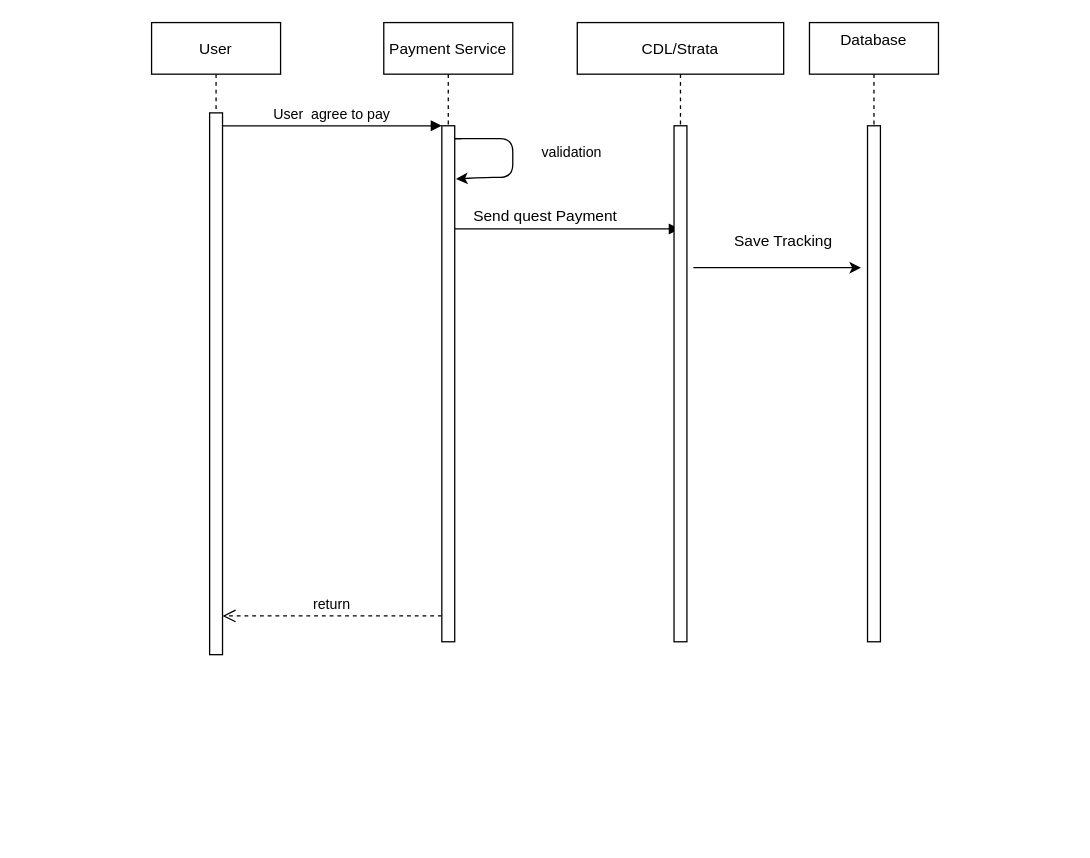
Before: Untitled Diagram.drawio in mickarena/airdrop, a draw.io diagram. Source tidied: cells renumbered, new cells numbered last; positions are measured from the earlier drawing's top-left corner, leaving out a move shared by most shapes. Both pictures are drawn from the tidied source at 129%, with x=0, y=0 at pixel (151, 22).
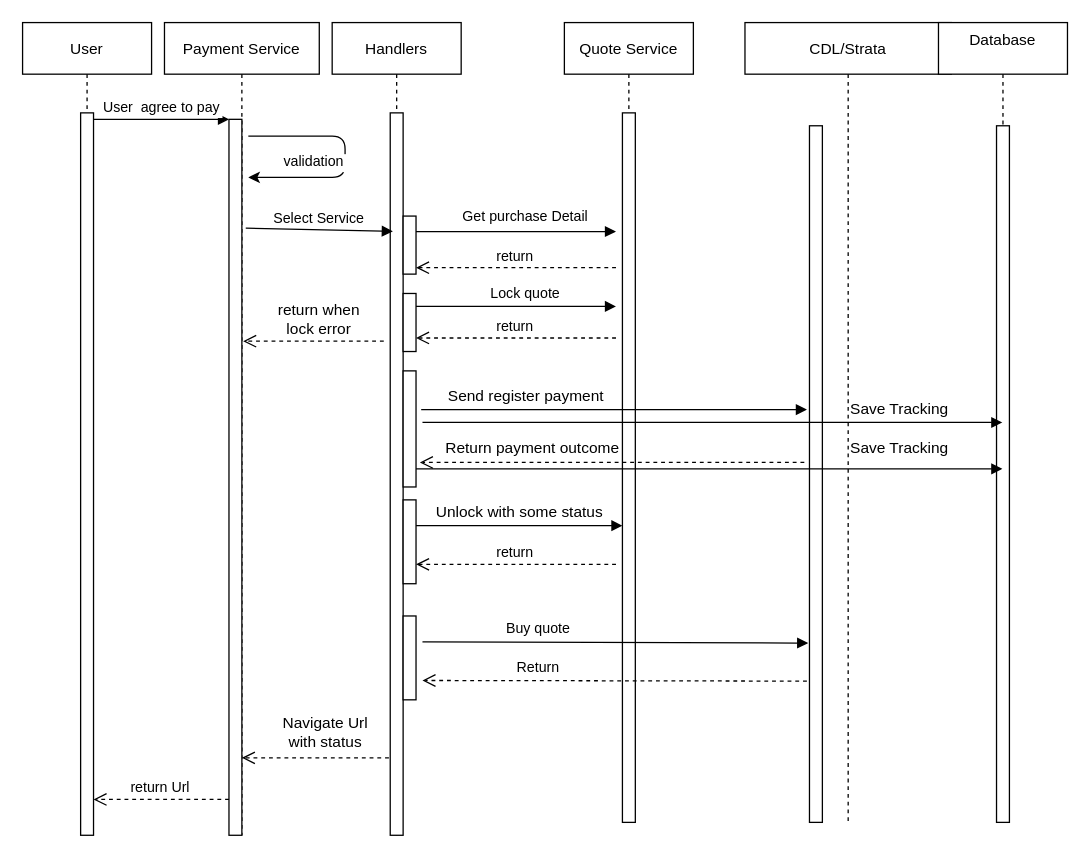
The same diagram, later.

Change to the diagram source:
```diff
@@
     <mxCell id="2" value="User" style="shape=umlLifeline;perimeter=lifelinePerimeter;rounded=0;shadow=0;strokeWidth=1;" parent="1" vertex="1">
-      <mxGeometry width="100" height="490" as="geometry" />
+      <mxGeometry x="-100" width="100" height="630" as="geometry" />
     </mxCell>
     <mxCell id="3" style="points=[];perimeter=orthogonalPerimeter;rounded=0;shadow=0;strokeWidth=1;" parent="2" vertex="1">
-      <mxGeometry x="45" y="70" width="10" height="420" as="geometry" />
+      <mxGeometry x="45" y="70" width="10" height="560" as="geometry" />
     </mxCell>
     <mxCell id="4" value="Payment Service" style="shape=umlLifeline;perimeter=lifelinePerimeter;rounded=0;shadow=0;strokeWidth=1;" parent="1" vertex="1">
-      <mxGeometry x="180" width="100" height="480" as="geometry" />
+      <mxGeometry x="10" width="120" height="630" as="geometry" />
     </mxCell>
+    <mxCell id="14" style="points=[];perimeter=orthogonalPerimeter;rounded=0;shadow=0;strokeWidth=1;" parent="4" vertex="1">
+      <mxGeometry x="50" y="75" width="10" height="555" as="geometry" />
+    </mxCell>
+    <mxCell id="13" style="endArrow=classic;html=1;startArrow=none;" parent="4" edge="1">
+      <mxGeometry relative="1" as="geometry">
+        <mxPoint x="65" y="88" as="sourcePoint" />
+        <mxPoint x="65" y="120" as="targetPoint" />
+        <Array as="points">
+          <mxPoint x="140" y="88" />
+          <mxPoint x="140" y="120" />
+        </Array>
+      </mxGeometry>
+    </mxCell>
+    <mxCell id="18" value="return when lock error" style="text;html=1;strokeColor=none;fillColor=none;align=center;verticalAlign=middle;whiteSpace=wrap;rounded=0;" parent="4" vertex="1">
+      <mxGeometry x="80" y="220" width="80" height="20" as="geometry" />
+    </mxCell>
+    <mxCell id="19" style="verticalAlign=bottom;endArrow=open;dashed=1;endSize=8;shadow=0;strokeWidth=1;exitX=0.5;exitY=0.893;exitDx=0;exitDy=0;exitPerimeter=0;" parent="4" edge="1" source="28">
+      <mxGeometry relative="1" as="geometry">
+        <mxPoint x="60" y="570" as="targetPoint" />
+      </mxGeometry>
+    </mxCell>
+    <mxCell id="20" value="Navigate Url with status" style="text;html=1;strokeColor=none;fillColor=none;align=center;verticalAlign=middle;whiteSpace=wrap;rounded=0;" parent="4" vertex="1">
+      <mxGeometry x="90" y="540" width="70" height="20" as="geometry" />
+    </mxCell>
-    <mxCell id="5" value="return" style="verticalAlign=bottom;endArrow=open;dashed=1;endSize=8;exitX=0;exitY=0.95;shadow=0;strokeWidth=1;" parent="1" edge="1" source="14" target="3">
+    <mxCell id="5" value="return Url" style="verticalAlign=bottom;endArrow=open;dashed=1;endSize=8;exitX=0;exitY=0.95;shadow=0;strokeWidth=1;" parent="1" edge="1" source="14" target="3">
       <mxGeometry relative="1" as="geometry" />
     </mxCell>
@@
-    <mxCell id="7" value="validation" style="verticalAlign=bottom;endArrow=block;shadow=0;strokeWidth=1;" parent="1" edge="1" source="14" target="8">
-      <mxGeometry x="0.04" y="50" relative="1" as="geometry">
-        <Array as="points">
-          <mxPoint x="280" y="160" />
-          <mxPoint x="340" y="160" />
-        </Array>
-      </mxGeometry>
-    </mxCell>
     <mxCell id="8" value="CDL/Strata" style="shape=umlLifeline;perimeter=lifelinePerimeter;rounded=0;shadow=0;strokeWidth=1;" parent="1" vertex="1">
-      <mxGeometry x="330" width="160" height="480" as="geometry" />
+      <mxGeometry x="460" width="160" height="620" as="geometry" />
     </mxCell>
     <mxCell id="9" style="perimeter=orthogonalPerimeter;rounded=0;shadow=0;strokeWidth=1;" parent="8" vertex="1">
-      <mxGeometry x="75" y="80" width="10" height="400" as="geometry" />
+      <mxGeometry x="50" y="80" width="10" height="540" as="geometry" />
     </mxCell>
-    <mxCell id="10" value="Save Tracking" style="text;html=1;strokeColor=none;fillColor=none;align=center;verticalAlign=middle;whiteSpace=wrap;rounded=0;" parent="8" vertex="1">
-      <mxGeometry x="120" y="160" width="80" height="20" as="geometry" />
-    </mxCell>
+    <mxCell id="21" value="Save Tracking" style="text;html=1;strokeColor=none;fillColor=none;align=center;verticalAlign=middle;whiteSpace=wrap;rounded=0;" parent="8" vertex="1">
+      <mxGeometry x="80" y="320" width="80" height="20" as="geometry" />
+    </mxCell>
     <mxCell id="11" value="Database&#10;" style="shape=umlLifeline;perimeter=lifelinePerimeter;rounded=0;shadow=0;strokeWidth=1;" parent="1" vertex="1">
-      <mxGeometry x="510" width="100" height="480" as="geometry" />
+      <mxGeometry x="610" width="100" height="620" as="geometry" />
     </mxCell>
     <mxCell id="12" style="perimeter=orthogonalPerimeter;rounded=0;shadow=0;strokeWidth=1;" parent="11" vertex="1">
-      <mxGeometry x="45" y="80" width="10" height="400" as="geometry" />
+      <mxGeometry x="45" y="80" width="10" height="540" as="geometry" />
     </mxCell>
-    <mxCell id="13" style="endArrow=classic;html=1;startArrow=none;entryX=1.1;entryY=0.103;entryDx=0;entryDy=0;entryPerimeter=0;" parent="1" edge="1" source="14" target="14">
-      <mxGeometry relative="1" as="geometry">
-        <Array as="points">
-          <mxPoint x="280" y="90" />
-          <mxPoint x="280" y="120" />
-          <mxPoint x="260" y="120" />
-        </Array>
-      </mxGeometry>
-    </mxCell>
-    <mxCell id="14" style="points=[];perimeter=orthogonalPerimeter;rounded=0;shadow=0;strokeWidth=1;" parent="1" vertex="1">
-      <mxGeometry x="225" y="80" width="10" height="400" as="geometry" />
-    </mxCell>
-    <mxCell id="15" style="endArrow=none;html=1;" parent="1" edge="1" target="14">
-      <mxGeometry relative="1" as="geometry">
-        <mxPoint x="240" y="90" as="sourcePoint" />
-      </mxGeometry>
-    </mxCell>
+    <mxCell id="22" value="Quote Service" style="shape=umlLifeline;perimeter=lifelinePerimeter;rounded=0;shadow=0;strokeWidth=1;" parent="1" vertex="1">
+      <mxGeometry x="320" width="100" height="620" as="geometry" />
+    </mxCell>
+    <mxCell id="23" style="perimeter=orthogonalPerimeter;rounded=0;shadow=0;strokeWidth=1;" parent="22" vertex="1">
+      <mxGeometry x="45" y="70" width="10" height="550" as="geometry" />
+    </mxCell>
+    <mxCell id="24" style="verticalAlign=bottom;endArrow=block;shadow=0;strokeWidth=1;" parent="22" edge="1">
+      <mxGeometry x="-1" y="94" relative="1" as="geometry">
+        <mxPoint x="-115" y="390" as="sourcePoint" />
+        <mxPoint x="45" y="390" as="targetPoint" />
+        <mxPoint x="-79" y="49" as="offset" />
+      </mxGeometry>
+    </mxCell>
-    <mxCell id="16" value="Send quest Payment" style="text;html=1;align=center;verticalAlign=middle;strokeColor=none;fillColor=none;" parent="1" vertex="1">
-      <mxGeometry x="240" y="140" width="130" height="20" as="geometry" />
+    <mxCell id="16" value="Send register payment" style="text;html=1;align=center;verticalAlign=middle;strokeColor=none;fillColor=none;" parent="1" vertex="1">
+      <mxGeometry x="220" y="280" width="140" height="20" as="geometry" />
     </mxCell>
-    <mxCell id="17" style="endArrow=classic;html=1;" parent="1" edge="1">
-      <mxGeometry relative="1" as="geometry">
-        <mxPoint x="420" y="190" as="sourcePoint" />
-        <mxPoint x="550" y="190" as="targetPoint" />
-        <Array as="points">
-          <mxPoint x="510" y="190" />
-          <mxPoint x="550" y="190" />
-        </Array>
-      </mxGeometry>
-    </mxCell>
+    <mxCell id="25" style="verticalAlign=bottom;endArrow=block;shadow=0;strokeWidth=1;" parent="1" edge="1" target="11">
+      <mxGeometry x="-0.57" y="40" relative="1" as="geometry">
+        <mxPoint x="210" y="310" as="sourcePoint" />
+      </mxGeometry>
+    </mxCell>
+    <mxCell id="10" value="Save Tracking" style="text;html=1;strokeColor=none;fillColor=none;align=center;verticalAlign=middle;whiteSpace=wrap;rounded=0;" parent="1" vertex="1">
+      <mxGeometry x="540" y="290" width="80" height="20" as="geometry" />
+    </mxCell>
+    <mxCell id="26" style="verticalAlign=bottom;endArrow=block;shadow=0;strokeWidth=1;exitX=0.9;exitY=0.844;exitDx=0;exitDy=0;exitPerimeter=0;" parent="1" edge="1" source="30" target="11">
+      <mxGeometry x="-0.57" y="40" relative="1" as="geometry" />
+    </mxCell>
+    <mxCell id="27" value="Handlers" style="shape=umlLifeline;perimeter=lifelinePerimeter;rounded=0;shadow=0;strokeWidth=1;" parent="1" vertex="1">
+      <mxGeometry x="140" width="100" height="630" as="geometry" />
+    </mxCell>
+    <mxCell id="28" style="points=[];perimeter=orthogonalPerimeter;rounded=0;shadow=0;strokeWidth=1;" parent="27" vertex="1">
+      <mxGeometry x="45" y="70" width="10" height="560" as="geometry" />
+    </mxCell>
+    <mxCell id="29" style="perimeter=orthogonalPerimeter;rounded=0;shadow=0;strokeWidth=1;" parent="27" vertex="1">
+      <mxGeometry x="55" y="150" width="10" height="45" as="geometry" />
+    </mxCell>
+    <mxCell id="30" style="points=[];perimeter=orthogonalPerimeter;rounded=0;shadow=0;strokeWidth=1;" parent="27" vertex="1">
+      <mxGeometry x="55" y="270" width="10" height="90" as="geometry" />
+    </mxCell>
+    <mxCell id="31" style="verticalAlign=bottom;endArrow=block;shadow=0;strokeWidth=1;" parent="27" edge="1">
+      <mxGeometry x="-1" y="94" relative="1" as="geometry">
+        <mxPoint x="69" y="300" as="sourcePoint" />
+        <mxPoint x="368" y="300" as="targetPoint" />
+        <mxPoint x="-79" y="49" as="offset" />
+      </mxGeometry>
+    </mxCell>
+    <mxCell id="32" style="perimeter=orthogonalPerimeter;rounded=0;shadow=0;strokeWidth=1;" parent="27" vertex="1">
+      <mxGeometry x="55" y="210" width="10" height="45" as="geometry" />
+    </mxCell>
+    <mxCell id="33" style="verticalAlign=bottom;endArrow=block;shadow=0;strokeWidth=1;" parent="27" edge="1">
+      <mxGeometry x="-1" y="94" relative="1" as="geometry">
+        <mxPoint x="65" y="220" as="sourcePoint" />
+        <mxPoint x="220" y="220" as="targetPoint" />
+        <mxPoint x="-79" y="49" as="offset" />
+      </mxGeometry>
+    </mxCell>
+    <mxCell id="34" style="perimeter=orthogonalPerimeter;rounded=0;shadow=0;strokeWidth=1;" parent="27" vertex="1">
+      <mxGeometry x="55" y="370" width="10" height="65" as="geometry" />
+    </mxCell>
+    <mxCell id="35" value="return" style="verticalAlign=bottom;endArrow=open;dashed=1;endSize=8;shadow=0;strokeWidth=1;" parent="27" edge="1">
+      <mxGeometry relative="1" as="geometry">
+        <mxPoint x="220" y="420" as="sourcePoint" />
+        <mxPoint x="65" y="420" as="targetPoint" />
+      </mxGeometry>
+    </mxCell>
+    <mxCell id="7" value="validation" style="verticalAlign=bottom;endArrow=block;shadow=0;strokeWidth=1;" parent="27" edge="1">
+      <mxGeometry x="-1" y="94" relative="1" as="geometry">
+        <mxPoint x="65" y="162" as="sourcePoint" />
+        <mxPoint x="220" y="162" as="targetPoint" />
+        <mxPoint x="-79" y="49" as="offset" />
+      </mxGeometry>
+    </mxCell>
+    <mxCell id="36" style="perimeter=orthogonalPerimeter;rounded=0;shadow=0;strokeWidth=1;" parent="27" vertex="1">
+      <mxGeometry x="55" y="460" width="10" height="65" as="geometry" />
+    </mxCell>
+    <mxCell id="37" style="verticalAlign=bottom;endArrow=open;dashed=1;endSize=8;shadow=0;strokeWidth=1;" parent="1" edge="1">
+      <mxGeometry x="-0.03" relative="1" as="geometry">
+        <mxPoint x="506" y="341" as="sourcePoint" />
+        <mxPoint x="208" y="341" as="targetPoint" />
+      </mxGeometry>
+    </mxCell>
+    <mxCell id="38" value="&lt;span style=&quot;font-size: 11px ; background-color: rgb(255 , 255 , 255)&quot;&gt;Get purchase Detail&lt;/span&gt;" style="text;html=1;strokeColor=none;fillColor=none;align=center;verticalAlign=middle;whiteSpace=wrap;rounded=0;" parent="1" vertex="1">
+      <mxGeometry x="240" y="140" width="100" height="20" as="geometry" />
+    </mxCell>
+    <mxCell id="39" value="return" style="verticalAlign=bottom;endArrow=open;dashed=1;endSize=8;shadow=0;strokeWidth=1;" parent="1" edge="1">
+      <mxGeometry relative="1" as="geometry">
+        <mxPoint x="360" y="190" as="sourcePoint" />
+        <mxPoint x="205" y="190" as="targetPoint" />
+      </mxGeometry>
+    </mxCell>
+    <mxCell id="40" value="&lt;span style=&quot;font-size: 11px ; background-color: rgb(255 , 255 , 255)&quot;&gt;Lock quote&lt;/span&gt;" style="text;html=1;strokeColor=none;fillColor=none;align=center;verticalAlign=middle;whiteSpace=wrap;rounded=0;" parent="1" vertex="1">
+      <mxGeometry x="240" y="200" width="100" height="20" as="geometry" />
+    </mxCell>
+    <mxCell id="41" value="return" style="verticalAlign=bottom;endArrow=open;dashed=1;endSize=8;shadow=0;strokeWidth=1;" parent="1" edge="1">
+      <mxGeometry relative="1" as="geometry">
+        <mxPoint x="360" y="244.5" as="sourcePoint" />
+        <mxPoint x="205" y="244.5" as="targetPoint" />
+      </mxGeometry>
+    </mxCell>
+    <mxCell id="42" style="verticalAlign=bottom;endArrow=open;dashed=1;endSize=8;shadow=0;strokeWidth=1;" parent="1" edge="1">
+      <mxGeometry relative="1" as="geometry">
+        <mxPoint x="180" y="247" as="sourcePoint" />
+        <mxPoint x="71" y="247" as="targetPoint" />
+      </mxGeometry>
+    </mxCell>
+    <mxCell id="43" value="Unlock with some status" style="text;html=1;align=center;verticalAlign=middle;strokeColor=none;fillColor=none;" parent="1" vertex="1">
+      <mxGeometry x="215" y="370" width="140" height="20" as="geometry" />
+    </mxCell>
+    <mxCell id="44" value="Select Service" style="verticalAlign=bottom;endArrow=block;entryX=0.2;entryY=0.164;shadow=0;strokeWidth=1;entryDx=0;entryDy=0;entryPerimeter=0;exitX=1.3;exitY=0.152;exitDx=0;exitDy=0;exitPerimeter=0;" parent="1" edge="1" source="14" target="28">
+      <mxGeometry relative="1" as="geometry" />
+    </mxCell>
+    <mxCell id="45" style="verticalAlign=bottom;endArrow=block;shadow=0;strokeWidth=1;exitX=1.4;exitY=0.446;exitDx=0;exitDy=0;exitPerimeter=0;" parent="1" edge="1">
+      <mxGeometry x="-1" y="94" relative="1" as="geometry">
+        <mxPoint x="210" y="480" as="sourcePoint" />
+        <mxPoint x="509" y="481" as="targetPoint" />
+        <mxPoint x="-79" y="49" as="offset" />
+      </mxGeometry>
+    </mxCell>
+    <mxCell id="46" style="verticalAlign=bottom;endArrow=open;dashed=1;endSize=8;shadow=0;strokeWidth=1;entryX=1.3;entryY=0.885;entryDx=0;entryDy=0;entryPerimeter=0;" parent="1" edge="1">
+      <mxGeometry x="-0.03" relative="1" as="geometry">
+        <mxPoint x="508" y="510.5" as="sourcePoint" />
+        <mxPoint x="210" y="510" as="targetPoint" />
+      </mxGeometry>
+    </mxCell>
+    <mxCell id="47" value="&lt;span style=&quot;font-size: 11px ; background-color: rgb(255 , 255 , 255)&quot;&gt;Buy quote&lt;/span&gt;" style="text;html=1;strokeColor=none;fillColor=none;align=center;verticalAlign=middle;whiteSpace=wrap;rounded=0;" parent="1" vertex="1">
+      <mxGeometry x="250" y="460" width="100" height="20" as="geometry" />
+    </mxCell>
+    <mxCell id="48" value="&lt;span style=&quot;font-size: 11px ; background-color: rgb(255 , 255 , 255)&quot;&gt;Return&lt;/span&gt;" style="text;html=1;strokeColor=none;fillColor=none;align=center;verticalAlign=middle;whiteSpace=wrap;rounded=0;" parent="1" vertex="1">
+      <mxGeometry x="250" y="490" width="100" height="20" as="geometry" />
+    </mxCell>
+    <mxCell id="49" value="Return payment outcome" style="text;html=1;align=center;verticalAlign=middle;strokeColor=none;fillColor=none;" parent="1" vertex="1">
+      <mxGeometry x="220" y="320" width="150" height="20" as="geometry" />
+    </mxCell>
```
